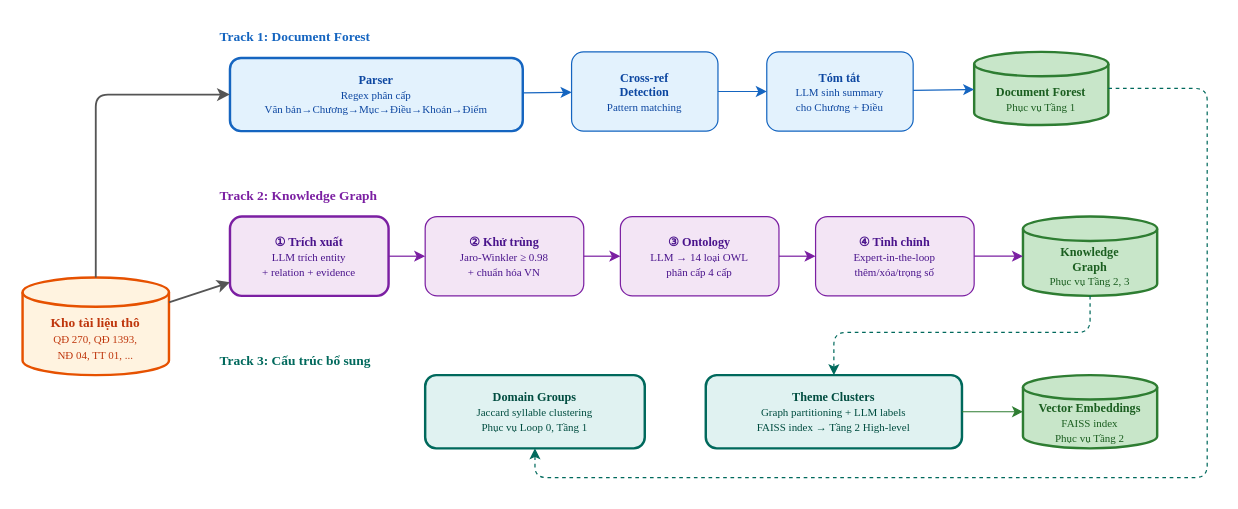
Earlier version of the draw.io diagram thesis-restored/diagrams/figure3-2-offline-pipeline.drawio (hienlh/vn-legal-rag). Source tidied: cells renumbered, new cells numbered last; positions are measured from the earlier drawing's top-left corner, leaving out a move shared by most shapes. Both pictures are drawn from the tidied source at 122%, with x=0, y=0 at pixel (22, 21).
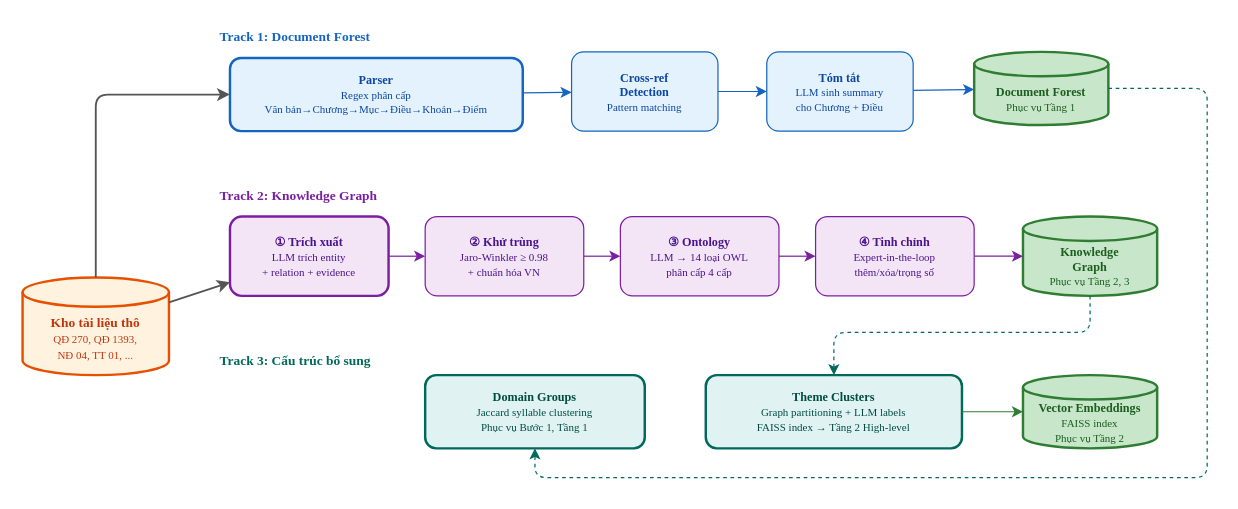
After the change.

Change to the diagram source:
```diff
@@
-    <mxCell id="15" value="&lt;b&gt;Domain Groups&lt;/b&gt;&lt;br&gt;&lt;span style=&quot;font-size:9px&quot;&gt;Jaccard syllable clustering&lt;br&gt;Phục vụ Loop 0, Tầng 1&lt;/span&gt;" style="rounded=1;whiteSpace=wrap;html=1;fillColor=#E0F2F1;strokeColor=#00695C;strokeWidth=2;fontFamily=Times New Roman;fontSize=10;fontColor=#004D40;" parent="1" vertex="1">
+    <mxCell id="15" value="&lt;b&gt;Domain Groups&lt;/b&gt;&lt;br&gt;&lt;span style=&quot;font-size:9px&quot;&gt;Jaccard syllable clustering&lt;br&gt;Phục vụ Bước 1, Tầng 1&lt;/span&gt;" style="rounded=1;whiteSpace=wrap;html=1;fillColor=#E0F2F1;strokeColor=#00695C;strokeWidth=2;fontFamily=Times New Roman;fontSize=10;fontColor=#004D40;" parent="1" vertex="1">
       <mxGeometry x="330" y="290" width="180" height="60" as="geometry" />
     </mxCell>
```
